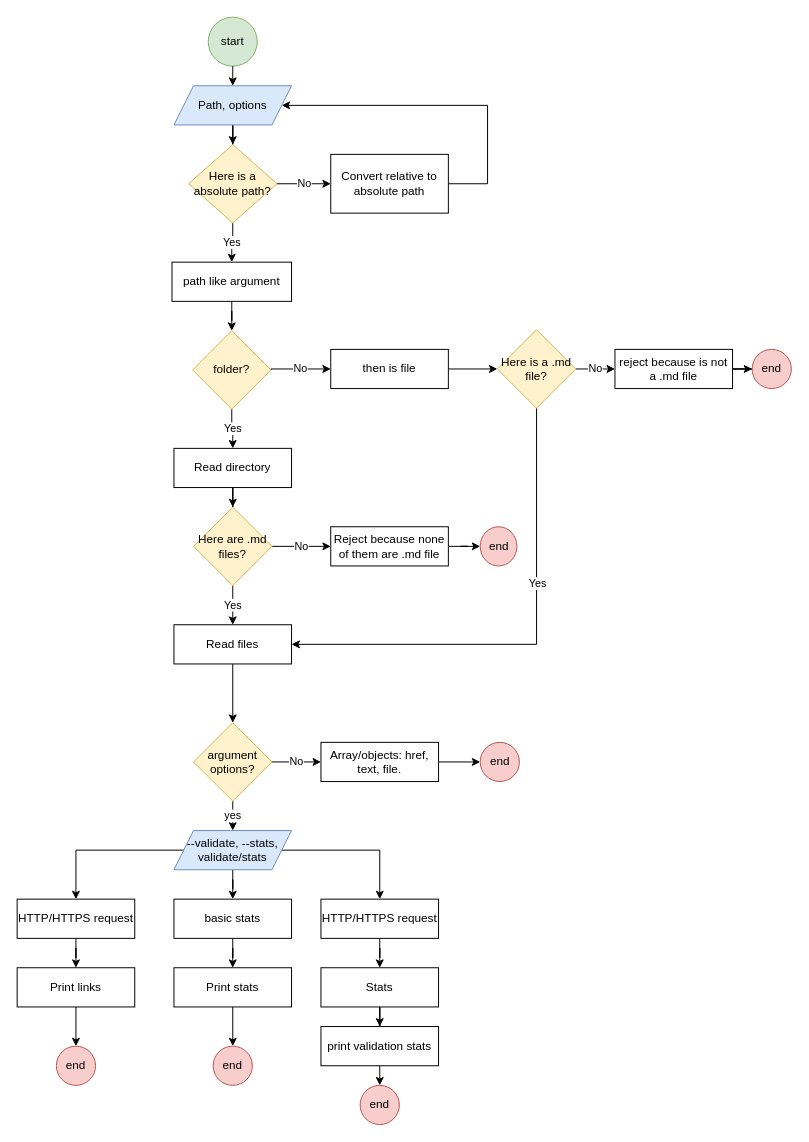
Earlier version of the draw.io diagram Untitled Diagram.drawio (Malejandraib/bog001-md-links). Source tidied: cells renumbered, new cells numbered last; positions are measured from the earlier drawing's top-left corner, leaving out a move shared by most shapes. Both pictures are drawn from the tidied source at 98%, with x=0, y=0 at pixel (17, 17).
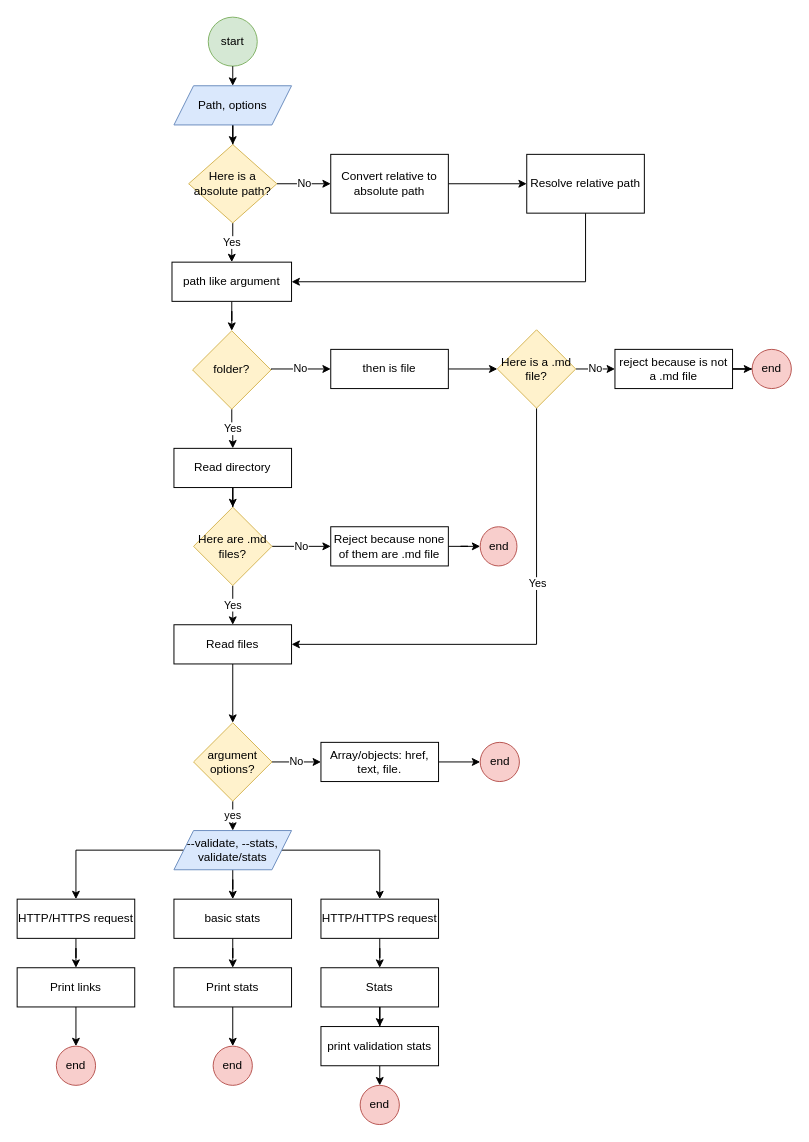
The same page after the edit.

Commit message:
relative path

Unchanged cells that the change refers to:
```xml
<mxCell id="5" value="Path, options" style="shape=parallelogram;perimeter=parallelogramPerimeter;whiteSpace=wrap;html=1;fixedSize=1;fillColor=#dae8fc;strokeColor=#6c8ebf;" parent="1" vertex="1">
  <mxGeometry x="160" y="70" width="120" height="40" as="geometry" />
</mxCell>
<mxCell id="12" value="Convert relative to absolute path" style="whiteSpace=wrap;html=1;" parent="1" vertex="1">
  <mxGeometry x="320" y="140" width="120" height="60" as="geometry" />
</mxCell>
<mxCell id="14" value="path like argument" style="rounded=0;whiteSpace=wrap;html=1;" parent="1" vertex="1">
  <mxGeometry x="158" y="250" width="122" height="40" as="geometry" />
</mxCell>
```

Diff of the diagram source:
```diff
@@
-    <mxCell id="2" style="edgeStyle=orthogonalEdgeStyle;rounded=0;jettySize=auto;html=1;entryX=1;entryY=0.5;entryDx=0;entryDy=0;exitX=1;exitY=0.5;exitDx=0;exitDy=0;" parent="1" edge="1" source="12" target="5">
-      <mxGeometry relative="1" as="geometry">
-        <Array as="points">
-          <mxPoint x="480" y="170" />
-          <mxPoint x="480" y="90" />
-        </Array>
-      </mxGeometry>
-    </mxCell>
@@
+    <mxCell id="62" style="edgeStyle=orthogonalEdgeStyle;rounded=0;jettySize=auto;html=1;" parent="1" edge="1" source="12" target="64">
+      <mxGeometry relative="1" as="geometry" />
+    </mxCell>
@@
+    <mxCell id="63" style="edgeStyle=orthogonalEdgeStyle;rounded=0;jettySize=auto;html=1;entryX=1;entryY=0.5;entryDx=0;entryDy=0;" parent="1" edge="1" source="64" target="14">
+      <mxGeometry relative="1" as="geometry">
+        <Array as="points">
+          <mxPoint x="580" y="270" />
+        </Array>
+      </mxGeometry>
+    </mxCell>
+    <mxCell id="64" value="Resolve relative path" style="whiteSpace=wrap;html=1;" parent="1" vertex="1">
+      <mxGeometry x="520" y="140" width="120" height="60" as="geometry" />
+    </mxCell>
```
